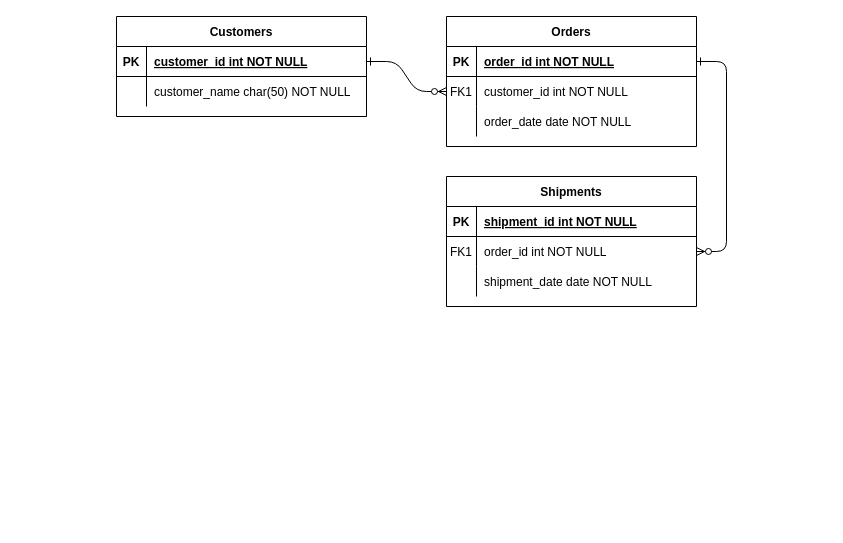
Before: Hability.drawio in luiwimo/git-master, a draw.io diagram. Source tidied: cells renumbered, new cells numbered last; positions are measured from the earlier drawing's top-left corner, leaving out a move shared by most shapes. Both pictures are drawn from the tidied source at 100%, with x=0, y=0 at pixel (116, 16).
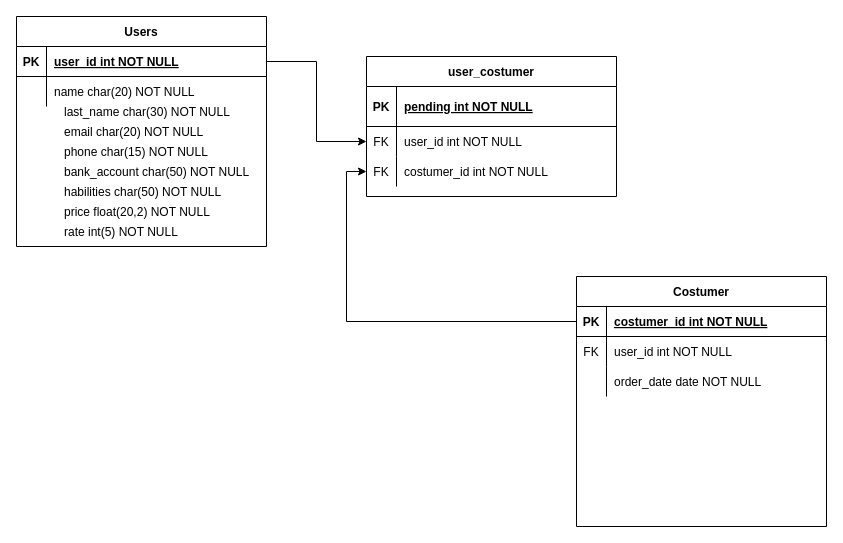
The same page after the edit.

The change refers to these unchanged cells:
```xml
<mxCell id="5" style="shape=partialRectangle;fillColor=none;points=[[0,0.5],[1,0.5]];portConstraint=eastwest;top=0;left=0;right=0;bottom=1;" parent="4" vertex="1">
  <mxGeometry y="30" width="250" height="30" as="geometry" />
</mxCell>
<mxCell id="8" style="shape=partialRectangle;fillColor=none;points=[[0,0.5],[1,0.5]];portConstraint=eastwest;top=0;left=0;right=0;bottom=0;" parent="4" vertex="1">
  <mxGeometry y="60" width="250" height="30" as="geometry" />
</mxCell>
<mxCell id="25" style="shape=partialRectangle;fillColor=none;points=[[0,0.5],[1,0.5]];portConstraint=eastwest;top=0;left=0;right=0;bottom=1;" parent="24" vertex="1">
  <mxGeometry y="30" width="250" height="30" as="geometry" />
</mxCell>
<mxCell id="28" style="shape=partialRectangle;fillColor=none;top=0;left=0;right=0;bottom=0;" parent="24" vertex="1">
  <mxGeometry y="60" width="250" height="30" as="geometry" />
</mxCell>
```

The edit, as a diff of the source:
```diff
@@
-    <mxCell id="2" style="edgeStyle=entityRelationEdgeStyle;endArrow=ERzeroToMany;startArrow=ERone;endFill=1;startFill=0;" parent="1" edge="1" source="25" target="8">
-      <mxGeometry relative="1" as="geometry" />
-    </mxCell>
-    <mxCell id="3" style="edgeStyle=entityRelationEdgeStyle;endArrow=ERzeroToMany;startArrow=ERone;endFill=1;startFill=0;" parent="1" edge="1" source="5" target="18">
-      <mxGeometry relative="1" as="geometry" />
-    </mxCell>
-    <mxCell id="4" value="Orders" style="shape=table;startSize=30;childLayout=tableLayout;rowLines=0;fontStyle=1;align=center;" parent="1" vertex="1">
-      <mxGeometry x="330" width="250" height="130" as="geometry" />
+    <mxCell id="4" value="Costumer" style="shape=table;startSize=30;childLayout=tableLayout;rowLines=0;fontStyle=1;align=center;" parent="1" vertex="1">
+      <mxGeometry x="460" y="260" width="250" height="250" as="geometry" />
     </mxCell>
@@
-    <mxCell id="7" value="order_id int NOT NULL " style="shape=partialRectangle;overflow=hidden;fillColor=none;top=0;left=0;bottom=0;right=0;align=left;spacingLeft=6;fontStyle=5;" parent="5" vertex="1">
+    <mxCell id="7" value="costumer_id int NOT NULL " style="shape=partialRectangle;overflow=hidden;fillColor=none;top=0;left=0;bottom=0;right=0;align=left;spacingLeft=6;fontStyle=5;" parent="5" vertex="1">
       <mxGeometry x="30" width="220" height="30" as="geometry" />
     </mxCell>
@@
-    <mxCell id="9" value="FK1" style="shape=partialRectangle;overflow=hidden;fillColor=none;top=0;left=0;bottom=0;right=0;" parent="8" vertex="1">
+    <mxCell id="9" value="FK" style="shape=partialRectangle;overflow=hidden;fillColor=none;top=0;left=0;bottom=0;right=0;" parent="8" vertex="1">
       <mxGeometry width="30" height="30" as="geometry" />
     </mxCell>
-    <mxCell id="10" value="customer_id int NOT NULL" style="shape=partialRectangle;overflow=hidden;fillColor=none;top=0;left=0;bottom=0;right=0;align=left;spacingLeft=6;" parent="8" vertex="1">
+    <mxCell id="10" value="user_id int NOT NULL" style="shape=partialRectangle;overflow=hidden;fillColor=none;top=0;left=0;bottom=0;right=0;align=left;spacingLeft=6;" parent="8" vertex="1">
       <mxGeometry x="30" width="220" height="30" as="geometry" />
     </mxCell>
@@
-    <mxCell id="14" value="Shipments" style="shape=table;startSize=30;childLayout=tableLayout;rowLines=0;fontStyle=1;align=center;" parent="1" vertex="1">
-      <mxGeometry x="330" y="160" width="250" height="130" as="geometry" />
-    </mxCell>
-    <mxCell id="15" style="shape=partialRectangle;fillColor=none;top=0;left=0;right=0;bottom=1;" parent="14" vertex="1">
-      <mxGeometry y="30" width="250" height="30" as="geometry" />
-    </mxCell>
-    <mxCell id="16" value="PK" style="shape=partialRectangle;overflow=hidden;fillColor=none;top=0;left=0;bottom=0;right=0;fontStyle=1;" parent="15" vertex="1">
-      <mxGeometry width="30" height="30" as="geometry" />
-    </mxCell>
-    <mxCell id="17" value="shipment_id int NOT NULL " style="shape=partialRectangle;overflow=hidden;fillColor=none;top=0;left=0;bottom=0;right=0;align=left;spacingLeft=6;fontStyle=5;" parent="15" vertex="1">
-      <mxGeometry x="30" width="220" height="30" as="geometry" />
-    </mxCell>
-    <mxCell id="18" style="shape=partialRectangle;fillColor=none;points=[[0,0.5],[1,0.5]];portConstraint=eastwest;top=0;left=0;right=0;bottom=0;" parent="14" vertex="1">
-      <mxGeometry y="60" width="250" height="30" as="geometry" />
-    </mxCell>
-    <mxCell id="19" value="FK1" style="shape=partialRectangle;overflow=hidden;fillColor=none;top=0;left=0;bottom=0;right=0;" parent="18" vertex="1">
-      <mxGeometry width="30" height="30" as="geometry" />
-    </mxCell>
-    <mxCell id="20" value="order_id int NOT NULL" style="shape=partialRectangle;overflow=hidden;fillColor=none;top=0;left=0;bottom=0;right=0;align=left;spacingLeft=6;" parent="18" vertex="1">
-      <mxGeometry x="30" width="220" height="30" as="geometry" />
-    </mxCell>
-    <mxCell id="21" style="shape=partialRectangle;fillColor=none;top=0;left=0;right=0;bottom=0;" parent="14" vertex="1">
-      <mxGeometry y="90" width="250" height="30" as="geometry" />
-    </mxCell>
-    <mxCell id="22" style="shape=partialRectangle;overflow=hidden;fillColor=none;top=0;left=0;bottom=0;right=0;" parent="21" vertex="1">
-      <mxGeometry width="30" height="30" as="geometry" />
-    </mxCell>
-    <mxCell id="23" value="shipment_date date NOT NULL" style="shape=partialRectangle;overflow=hidden;fillColor=none;top=0;left=0;bottom=0;right=0;align=left;spacingLeft=6;" parent="21" vertex="1">
-      <mxGeometry x="30" width="220" height="30" as="geometry" />
-    </mxCell>
-    <mxCell id="24" value="Customers" style="shape=table;startSize=30;childLayout=tableLayout;rowLines=0;fontStyle=1;align=center;" parent="1" vertex="1">
-      <mxGeometry width="250" height="100" as="geometry" />
+    <mxCell id="24" value="Users" style="shape=table;startSize=30;childLayout=tableLayout;rowLines=0;fontStyle=1;align=center;" parent="1" vertex="1">
+      <mxGeometry x="-100" width="250" height="230" as="geometry" />
     </mxCell>
@@
-    <mxCell id="27" value="customer_id int NOT NULL " style="shape=partialRectangle;overflow=hidden;fillColor=none;top=0;left=0;bottom=0;right=0;align=left;spacingLeft=6;fontStyle=5;" parent="25" vertex="1">
+    <mxCell id="27" value="user_id int NOT NULL " style="shape=partialRectangle;overflow=hidden;fillColor=none;top=0;left=0;bottom=0;right=0;align=left;spacingLeft=6;fontStyle=5;" parent="25" vertex="1">
       <mxGeometry x="30" width="220" height="30" as="geometry" />
     </mxCell>
@@
-    <mxCell id="30" value="customer_name char(50) NOT NULL" style="shape=partialRectangle;overflow=hidden;fillColor=none;top=0;left=0;bottom=0;right=0;align=left;spacingLeft=6;" parent="28" vertex="1">
+    <mxCell id="30" value="name char(20) NOT NULL" style="shape=partialRectangle;overflow=hidden;fillColor=none;top=0;left=0;bottom=0;right=0;align=left;spacingLeft=6;" parent="28" vertex="1">
       <mxGeometry x="30" width="220" height="30" as="geometry" />
     </mxCell>
+    <mxCell id="31" value="last_name char(30) NOT NULL" style="shape=partialRectangle;overflow=hidden;fillColor=none;top=0;left=0;bottom=0;right=0;align=left;spacingLeft=6;" parent="1" vertex="1">
+      <mxGeometry x="-60" y="80" width="220" height="30" as="geometry" />
+    </mxCell>
+    <mxCell id="32" value="price float(20,2) NOT NULL" style="shape=partialRectangle;overflow=hidden;fillColor=none;top=0;left=0;bottom=0;right=0;align=left;spacingLeft=6;" parent="1" vertex="1">
+      <mxGeometry x="-60" y="180" width="220" height="30" as="geometry" />
+    </mxCell>
+    <mxCell id="33" value="email char(20) NOT NULL" style="shape=partialRectangle;overflow=hidden;fillColor=none;top=0;left=0;bottom=0;right=0;align=left;spacingLeft=6;" parent="1" vertex="1">
+      <mxGeometry x="-60" y="100" width="220" height="30" as="geometry" />
+    </mxCell>
+    <mxCell id="34" value="phone char(15) NOT NULL" style="shape=partialRectangle;overflow=hidden;fillColor=none;top=0;left=0;bottom=0;right=0;align=left;spacingLeft=6;" parent="1" vertex="1">
+      <mxGeometry x="-60" y="120" width="220" height="30" as="geometry" />
+    </mxCell>
+    <mxCell id="35" value="bank_account char(50) NOT NULL" style="shape=partialRectangle;overflow=hidden;fillColor=none;top=0;left=0;bottom=0;right=0;align=left;spacingLeft=6;" parent="1" vertex="1">
+      <mxGeometry x="-60" y="140" width="220" height="30" as="geometry" />
+    </mxCell>
+    <mxCell id="36" value="habilities char(50) NOT NULL" style="shape=partialRectangle;overflow=hidden;fillColor=none;top=0;left=0;bottom=0;right=0;align=left;spacingLeft=6;" parent="1" vertex="1">
+      <mxGeometry x="-60" y="160" width="220" height="30" as="geometry" />
+    </mxCell>
+    <mxCell id="37" value="rate int(5) NOT NULL" style="shape=partialRectangle;overflow=hidden;fillColor=none;top=0;left=0;bottom=0;right=0;align=left;spacingLeft=6;" parent="1" vertex="1">
+      <mxGeometry x="-60" y="200" width="220" height="30" as="geometry" />
+    </mxCell>
+    <mxCell id="38" value="user_costumer" style="shape=table;startSize=30;childLayout=tableLayout;rowLines=0;fontStyle=1;align=center;" parent="1" vertex="1">
+      <mxGeometry x="250" y="40" width="250" height="140" as="geometry" />
+    </mxCell>
+    <mxCell id="39" style="shape=partialRectangle;fillColor=none;top=0;left=0;right=0;bottom=1;" parent="38" vertex="1">
+      <mxGeometry y="30" width="250" height="40" as="geometry" />
+    </mxCell>
+    <mxCell id="16" value="PK" style="shape=partialRectangle;overflow=hidden;fillColor=none;top=0;left=0;bottom=0;right=0;fontStyle=1;" parent="39" vertex="1">
+      <mxGeometry width="30" height="40" as="geometry" />
+    </mxCell>
+    <mxCell id="40" value="pending int NOT NULL " style="shape=partialRectangle;overflow=hidden;fillColor=none;top=0;left=0;bottom=0;right=0;align=left;spacingLeft=6;fontStyle=5;" parent="39" vertex="1">
+      <mxGeometry x="30" width="220" height="40" as="geometry" />
+    </mxCell>
+    <mxCell id="41" style="shape=partialRectangle;fillColor=none;points=[[0,0.5],[1,0.5]];portConstraint=eastwest;top=0;left=0;right=0;bottom=0;" parent="38" vertex="1">
+      <mxGeometry y="70" width="250" height="30" as="geometry" />
+    </mxCell>
+    <mxCell id="42" value="FK" style="shape=partialRectangle;overflow=hidden;fillColor=none;top=0;left=0;bottom=0;right=0;" parent="41" vertex="1">
+      <mxGeometry width="30" height="30" as="geometry" />
+    </mxCell>
+    <mxCell id="43" value="user_id int NOT NULL" style="shape=partialRectangle;overflow=hidden;fillColor=none;top=0;left=0;bottom=0;right=0;align=left;spacingLeft=6;" parent="41" vertex="1">
+      <mxGeometry x="30" width="220" height="30" as="geometry" />
+    </mxCell>
+    <mxCell id="44" style="shape=partialRectangle;fillColor=none;points=[[0,0.5],[1,0.5]];portConstraint=eastwest;top=0;left=0;right=0;bottom=0;" parent="38" vertex="1">
+      <mxGeometry y="100" width="250" height="30" as="geometry" />
+    </mxCell>
+    <mxCell id="45" value="FK" style="shape=partialRectangle;overflow=hidden;fillColor=none;top=0;left=0;bottom=0;right=0;" parent="44" vertex="1">
+      <mxGeometry width="30" height="30" as="geometry" />
+    </mxCell>
+    <mxCell id="46" value="costumer_id int NOT NULL" style="shape=partialRectangle;overflow=hidden;fillColor=none;top=0;left=0;bottom=0;right=0;align=left;spacingLeft=6;" parent="44" vertex="1">
+      <mxGeometry x="30" width="220" height="30" as="geometry" />
+    </mxCell>
+    <mxCell id="47" style="edgeStyle=orthogonalEdgeStyle;rounded=0;jettySize=auto;html=1;exitX=1;exitY=0.5;exitDx=0;exitDy=0;entryX=0;entryY=0.5;entryDx=0;entryDy=0;" parent="1" edge="1" source="25" target="41">
+      <mxGeometry relative="1" as="geometry" />
+    </mxCell>
+    <mxCell id="48" style="edgeStyle=orthogonalEdgeStyle;rounded=0;jettySize=auto;html=1;exitX=0;exitY=0.5;exitDx=0;exitDy=0;entryX=0;entryY=0.5;entryDx=0;entryDy=0;" parent="1" edge="1" source="5" target="44">
+      <mxGeometry relative="1" as="geometry" />
+    </mxCell>
```
